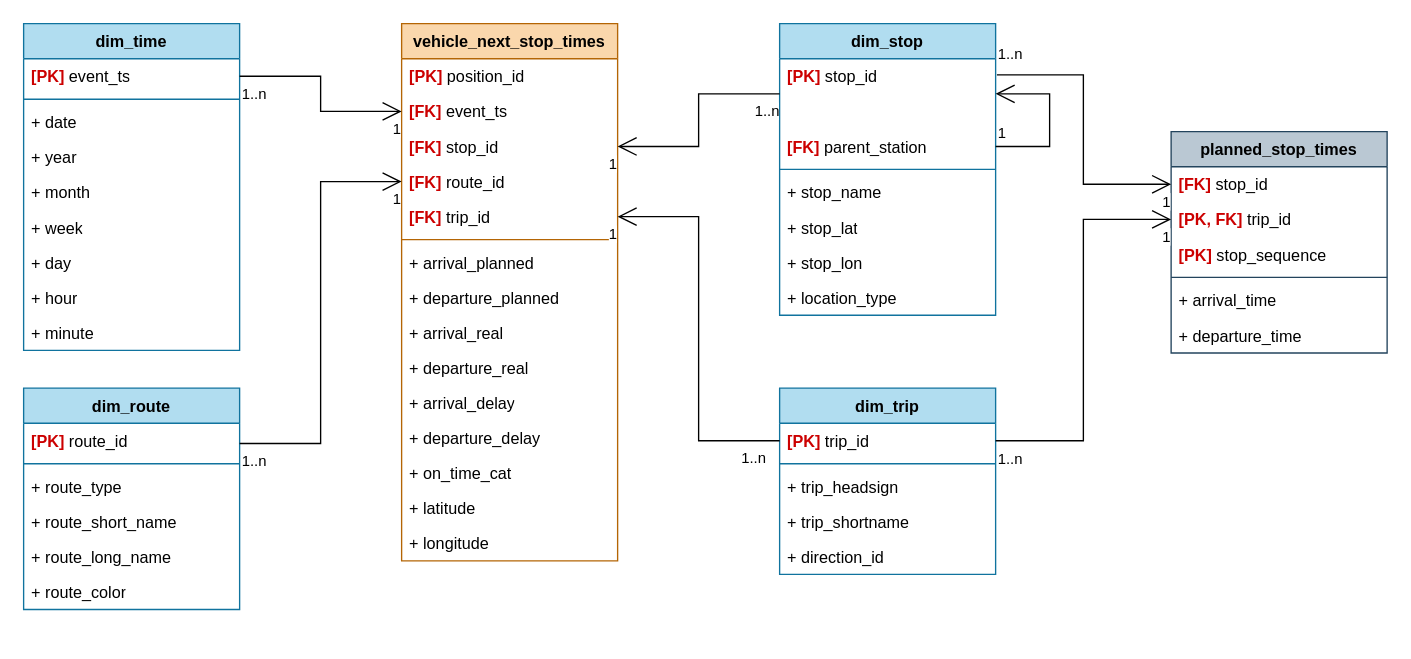
Before: page "modélisation_OLAP" (2 of 3) of docs/reseauazur.drawio in cesarGattano/reseau-Azur, a draw.io diagram. Source tidied: cells renumbered, new cells numbered last; positions are measured from the earlier drawing's top-left corner, leaving out a move shared by most shapes. Both pictures are drawn from the tidied source at 135%, with x=0, y=0 at pixel (23, 23).
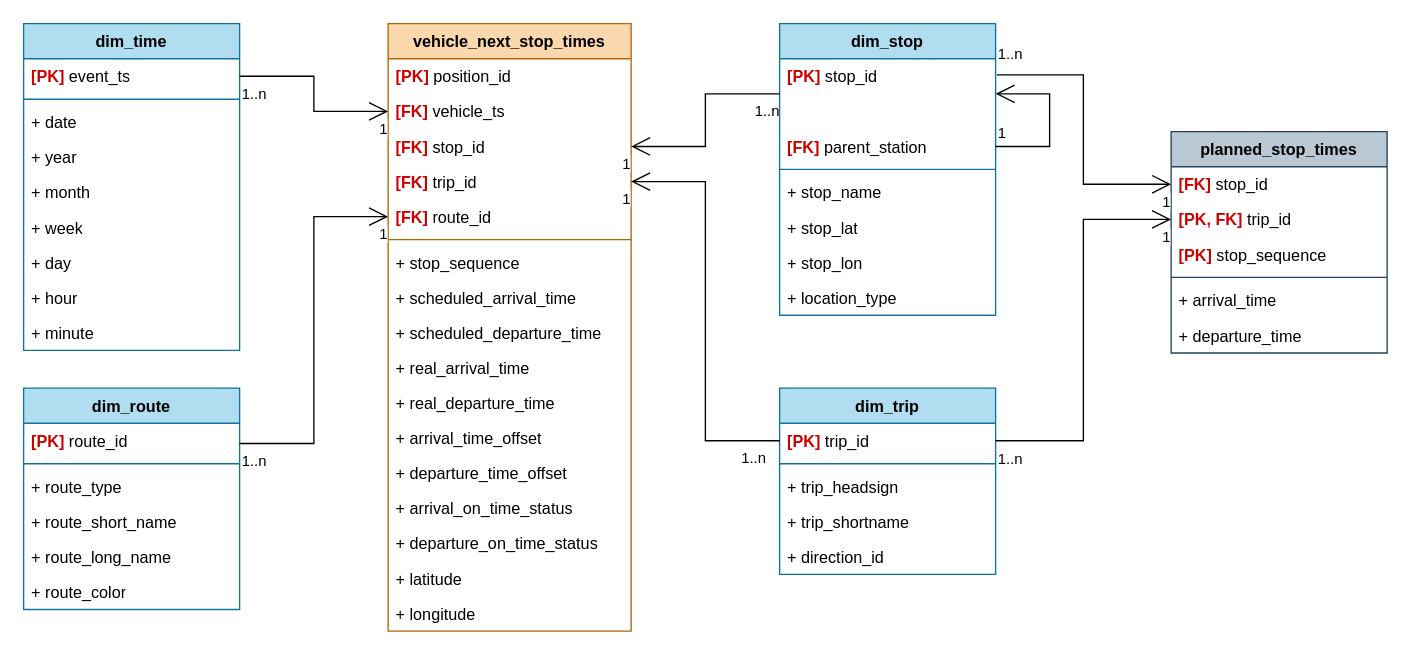
The same diagram, later.

Change to the diagram source:
```diff
@@
     <mxCell id="2" value="vehicle_next_stop_times" style="swimlane;fontStyle=1;align=center;verticalAlign=top;horizontal=1;startSize=26;whiteSpace=wrap;html=1;fillColor=#fad7ac;strokeColor=#b46504;swimlaneFillColor=default;" parent="1" vertex="1">
-      <mxGeometry x="280" width="160" height="398" as="geometry" />
+      <mxGeometry x="270" width="180" height="450" as="geometry" />
     </mxCell>
     <mxCell id="3" value="&lt;b&gt;&lt;span style=&quot;color: rgb(204, 0, 0);&quot;&gt;[PK]&lt;/span&gt;&lt;/b&gt; position_id" style="text;strokeColor=none;fillColor=none;align=left;verticalAlign=top;spacingLeft=4;spacingRight=4;overflow=hidden;whiteSpace=wrap;html=1;" parent="2" vertex="1">
-      <mxGeometry y="26" width="160" height="26" as="geometry" />
+      <mxGeometry y="26" width="180" height="26" as="geometry" />
     </mxCell>
-    <mxCell id="4" value="&lt;b&gt;&lt;span style=&quot;color: rgb(204, 0, 0);&quot;&gt;[FK]&lt;/span&gt;&lt;/b&gt; event_ts" style="text;strokeColor=none;fillColor=none;align=left;verticalAlign=top;spacingLeft=4;spacingRight=4;overflow=hidden;points=[[0,0.5],[1,0.5]];portConstraint=eastwest;whiteSpace=wrap;html=1;" parent="2" vertex="1">
-      <mxGeometry y="52" width="160" height="26" as="geometry" />
+    <mxCell id="4" value="&lt;b&gt;&lt;span style=&quot;color: rgb(204, 0, 0);&quot;&gt;[FK]&lt;/span&gt;&lt;/b&gt;&amp;nbsp;vehicle_ts" style="text;strokeColor=none;fillColor=none;align=left;verticalAlign=top;spacingLeft=4;spacingRight=4;overflow=hidden;points=[[0,0.5],[1,0.5]];portConstraint=eastwest;whiteSpace=wrap;html=1;" parent="2" vertex="1">
+      <mxGeometry y="52" width="180" height="26" as="geometry" />
     </mxCell>
     <mxCell id="5" value="&lt;b&gt;&lt;span style=&quot;color: rgb(204, 0, 0);&quot;&gt;[FK]&lt;/span&gt;&lt;/b&gt; stop_id" style="text;strokeColor=none;fillColor=none;align=left;verticalAlign=top;spacingLeft=4;spacingRight=4;overflow=hidden;points=[[0,0.5],[1,0.5]];portConstraint=eastwest;whiteSpace=wrap;html=1;" parent="2" vertex="1">
-      <mxGeometry y="78" width="160" height="26" as="geometry" />
+      <mxGeometry y="78" width="180" height="26" as="geometry" />
     </mxCell>
+    <mxCell id="7" value="&lt;b&gt;&lt;span style=&quot;color: rgb(204, 0, 0);&quot;&gt;[FK]&lt;/span&gt;&lt;/b&gt; trip_id" style="text;strokeColor=none;fillColor=none;align=left;verticalAlign=top;spacingLeft=4;spacingRight=4;overflow=hidden;points=[[0,0.5],[1,0.5]];portConstraint=eastwest;whiteSpace=wrap;html=1;" parent="2" vertex="1">
+      <mxGeometry y="104" width="180" height="26" as="geometry" />
+    </mxCell>
     <mxCell id="6" value="&lt;b&gt;&lt;span style=&quot;color: rgb(204, 0, 0);&quot;&gt;[FK]&lt;/span&gt;&lt;/b&gt; route_id" style="text;strokeColor=none;fillColor=none;align=left;verticalAlign=top;spacingLeft=4;spacingRight=4;overflow=hidden;points=[[0,0.5],[1,0.5]];portConstraint=eastwest;whiteSpace=wrap;html=1;" parent="2" vertex="1">
-      <mxGeometry y="104" width="160" height="26" as="geometry" />
+      <mxGeometry y="130" width="180" height="26" as="geometry" />
     </mxCell>
-    <mxCell id="7" value="&lt;b&gt;&lt;span style=&quot;color: rgb(204, 0, 0);&quot;&gt;[FK]&lt;/span&gt;&lt;/b&gt; trip_id" style="text;strokeColor=none;fillColor=none;align=left;verticalAlign=top;spacingLeft=4;spacingRight=4;overflow=hidden;points=[[0,0.5],[1,0.5]];portConstraint=eastwest;whiteSpace=wrap;html=1;" parent="2" vertex="1">
-      <mxGeometry y="130" width="160" height="26" as="geometry" />
-    </mxCell>
     <mxCell id="8" style="line;strokeWidth=1;fillColor=none;align=left;verticalAlign=middle;spacingTop=-1;spacingLeft=3;spacingRight=3;labelPosition=right;strokeColor=inherit;" parent="2" vertex="1">
-      <mxGeometry y="156" width="160" height="8" as="geometry" />
+      <mxGeometry y="156" width="180" height="8" as="geometry" />
     </mxCell>
+    <mxCell id="75" value="+ stop_sequence" style="text;strokeColor=none;fillColor=none;align=left;verticalAlign=top;spacingLeft=4;spacingRight=4;overflow=hidden;whiteSpace=wrap;html=1;" parent="2" vertex="1">
+      <mxGeometry y="164" width="180" height="26" as="geometry" />
+    </mxCell>
-    <mxCell id="9" value="+ arrival_planned" style="text;strokeColor=none;fillColor=none;align=left;verticalAlign=top;spacingLeft=4;spacingRight=4;overflow=hidden;whiteSpace=wrap;html=1;" parent="2" vertex="1">
-      <mxGeometry y="164" width="160" height="26" as="geometry" />
+    <mxCell id="9" value="&lt;div&gt;+ scheduled_arrival_time&lt;/div&gt;" style="text;strokeColor=none;fillColor=none;align=left;verticalAlign=top;spacingLeft=4;spacingRight=4;overflow=hidden;whiteSpace=wrap;html=1;" parent="2" vertex="1">
+      <mxGeometry y="190" width="180" height="26" as="geometry" />
     </mxCell>
-    <mxCell id="10" value="+ departure_planned" style="text;strokeColor=none;fillColor=none;align=left;verticalAlign=top;spacingLeft=4;spacingRight=4;overflow=hidden;whiteSpace=wrap;html=1;" parent="2" vertex="1">
-      <mxGeometry y="190" width="160" height="26" as="geometry" />
+    <mxCell id="10" value="&lt;div&gt;+ scheduled_departure_time&lt;/div&gt;" style="text;strokeColor=none;fillColor=none;align=left;verticalAlign=top;spacingLeft=4;spacingRight=4;overflow=hidden;whiteSpace=wrap;html=1;" parent="2" vertex="1">
+      <mxGeometry y="216" width="180" height="26" as="geometry" />
     </mxCell>
-    <mxCell id="11" value="+ arrival_real" style="text;strokeColor=none;fillColor=none;align=left;verticalAlign=top;spacingLeft=4;spacingRight=4;overflow=hidden;whiteSpace=wrap;html=1;" parent="2" vertex="1">
-      <mxGeometry y="216" width="160" height="26" as="geometry" />
+    <mxCell id="11" value="+ real_arrival_time" style="text;strokeColor=none;fillColor=none;align=left;verticalAlign=top;spacingLeft=4;spacingRight=4;overflow=hidden;whiteSpace=wrap;html=1;" parent="2" vertex="1">
+      <mxGeometry y="242" width="180" height="26" as="geometry" />
     </mxCell>
-    <mxCell id="12" value="+ departure_real" style="text;strokeColor=none;fillColor=none;align=left;verticalAlign=top;spacingLeft=4;spacingRight=4;overflow=hidden;whiteSpace=wrap;html=1;" parent="2" vertex="1">
-      <mxGeometry y="242" width="160" height="26" as="geometry" />
+    <mxCell id="12" value="+ real_departure_time" style="text;strokeColor=none;fillColor=none;align=left;verticalAlign=top;spacingLeft=4;spacingRight=4;overflow=hidden;whiteSpace=wrap;html=1;" parent="2" vertex="1">
+      <mxGeometry y="268" width="180" height="26" as="geometry" />
     </mxCell>
-    <mxCell id="13" value="+ arrival_delay" style="text;strokeColor=none;fillColor=none;align=left;verticalAlign=top;spacingLeft=4;spacingRight=4;overflow=hidden;whiteSpace=wrap;html=1;" parent="2" vertex="1">
-      <mxGeometry y="268" width="160" height="26" as="geometry" />
+    <mxCell id="13" value="+ arrival_time_offset" style="text;strokeColor=none;fillColor=none;align=left;verticalAlign=top;spacingLeft=4;spacingRight=4;overflow=hidden;whiteSpace=wrap;html=1;" parent="2" vertex="1">
+      <mxGeometry y="294" width="180" height="26" as="geometry" />
     </mxCell>
-    <mxCell id="14" value="+ departure_delay" style="text;strokeColor=none;fillColor=none;align=left;verticalAlign=top;spacingLeft=4;spacingRight=4;overflow=hidden;whiteSpace=wrap;html=1;" parent="2" vertex="1">
-      <mxGeometry y="294" width="160" height="26" as="geometry" />
+    <mxCell id="14" value="+ departure_time_offset" style="text;strokeColor=none;fillColor=none;align=left;verticalAlign=top;spacingLeft=4;spacingRight=4;overflow=hidden;whiteSpace=wrap;html=1;" parent="2" vertex="1">
+      <mxGeometry y="320" width="180" height="26" as="geometry" />
     </mxCell>
-    <mxCell id="15" value="+ on_time_cat" style="text;strokeColor=none;fillColor=none;align=left;verticalAlign=top;spacingLeft=4;spacingRight=4;overflow=hidden;whiteSpace=wrap;html=1;" parent="2" vertex="1">
-      <mxGeometry y="320" width="160" height="26" as="geometry" />
+    <mxCell id="15" value="+ arrival_on_time_status" style="text;strokeColor=none;fillColor=none;align=left;verticalAlign=top;spacingLeft=4;spacingRight=4;overflow=hidden;whiteSpace=wrap;html=1;" parent="2" vertex="1">
+      <mxGeometry y="346" width="180" height="26" as="geometry" />
     </mxCell>
+    <mxCell id="76" value="+ departure_on_time_status" style="text;strokeColor=none;fillColor=none;align=left;verticalAlign=top;spacingLeft=4;spacingRight=4;overflow=hidden;whiteSpace=wrap;html=1;" parent="2" vertex="1">
+      <mxGeometry y="372" width="180" height="26" as="geometry" />
+    </mxCell>
     <mxCell id="16" value="+ latitude" style="text;strokeColor=none;fillColor=none;align=left;verticalAlign=top;spacingLeft=4;spacingRight=4;overflow=hidden;whiteSpace=wrap;html=1;" parent="2" vertex="1">
-      <mxGeometry y="346" width="160" height="26" as="geometry" />
+      <mxGeometry y="398" width="180" height="26" as="geometry" />
     </mxCell>
     <mxCell id="17" value="+ longitude" style="text;strokeColor=none;fillColor=none;align=left;verticalAlign=top;spacingLeft=4;spacingRight=4;overflow=hidden;whiteSpace=wrap;html=1;" parent="2" vertex="1">
-      <mxGeometry y="372" width="160" height="26" as="geometry" />
+      <mxGeometry y="424" width="180" height="26" as="geometry" />
     </mxCell>
```
